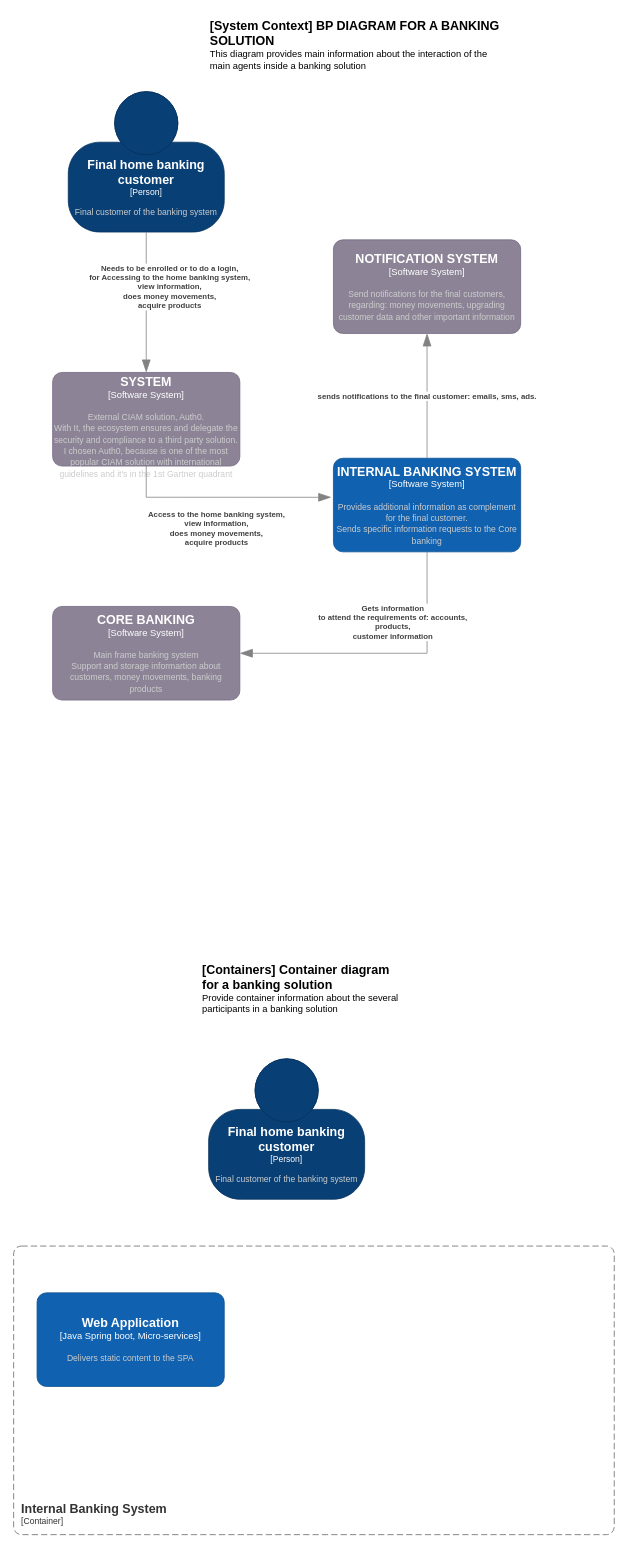
Earlier version of the draw.io diagram devsuC4BP_isaac_coronado.drawio (icoronadoarellano/devsuchallenge). Source tidied: cells renumbered, new cells numbered last; positions are measured from the earlier drawing's top-left corner, leaving out a move shared by most shapes. Both pictures are drawn from the tidied source at 78%, with x=0, y=0 at pixel (13, 13).
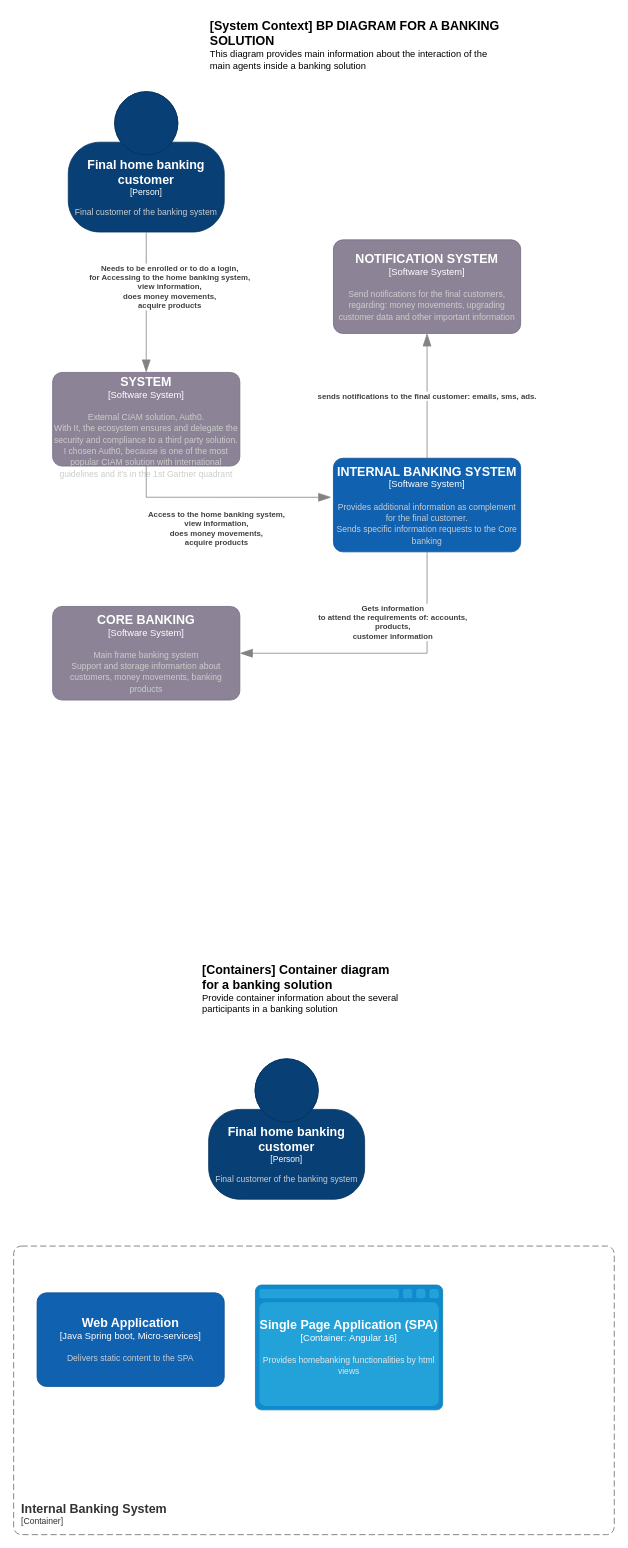
Above is the later version.

The edit, as a diff of the source:
```diff
@@
+    <object id="16" label="&lt;font style=&quot;font-size: 16px&quot;&gt;&lt;b&gt;%c4Name%&lt;/b&gt;&lt;/font&gt;&lt;div&gt;[%c4Type%:&amp;nbsp;%c4Technology%]&lt;/div&gt;&lt;br&gt;&lt;div&gt;&lt;font style=&quot;font-size: 11px&quot;&gt;&lt;font color=&quot;#E6E6E6&quot;&gt;%c4Description%&lt;/font&gt;&lt;/div&gt;" c4Description="Provides homebanking functionalities by html views" c4Name="Single Page Application (SPA)" c4Technology="Angular 16" c4Type="Container" placeholders="1">
+      <mxCell style="shape=mxgraph.c4.webBrowserContainer2;whiteSpace=wrap;html=1;boundedLbl=1;rounded=0;labelBackgroundColor=none;strokeColor=#118ACD;fillColor=#23A2D9;strokeColor=#118ACD;strokeColor2=#0E7DAD;fontSize=12;fontColor=#ffffff;align=center;" parent="1" vertex="1">
+        <mxGeometry x="310" y="1630" width="240" height="160" as="geometry" />
+      </mxCell>
+    </object>
```
